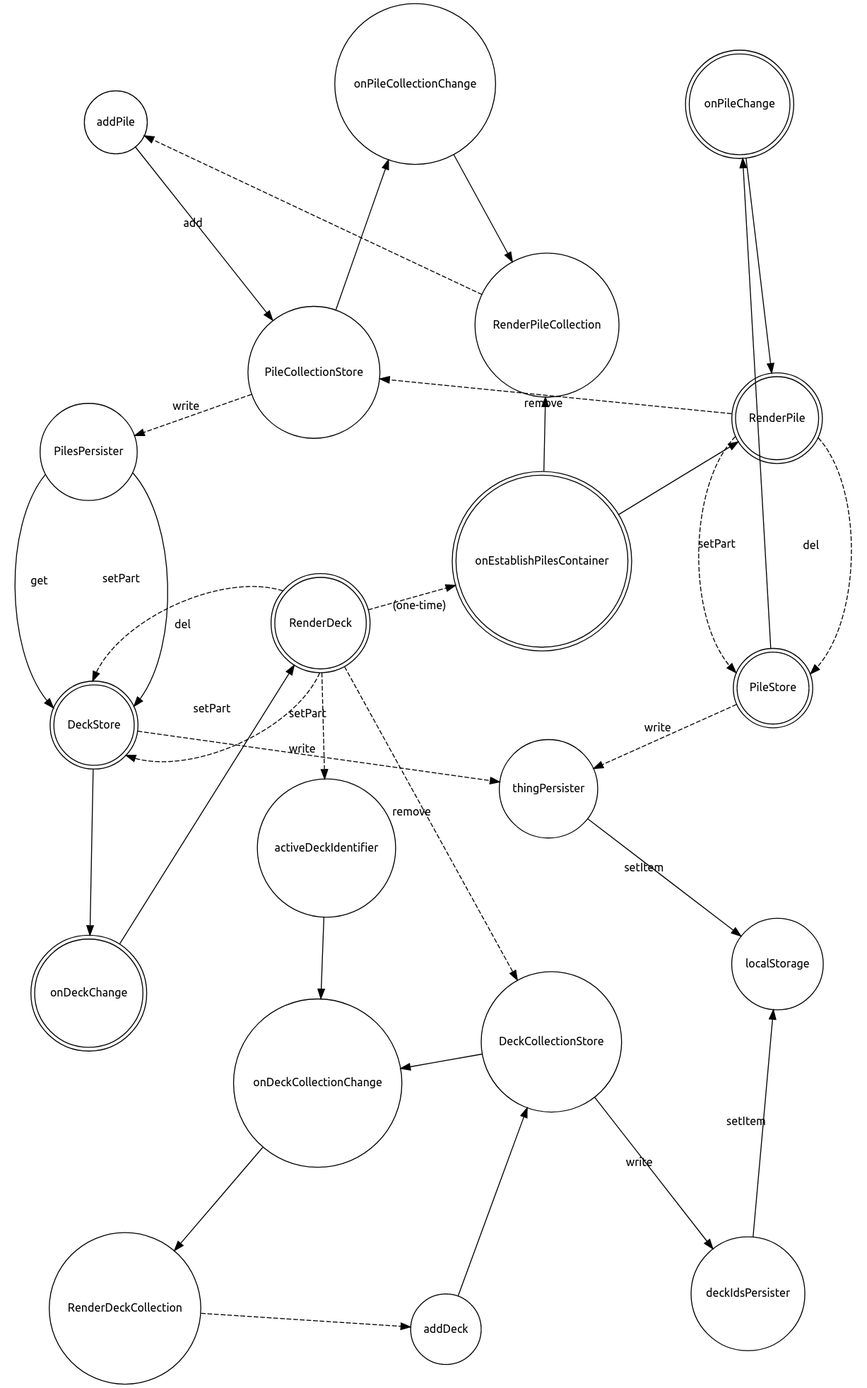
The Graphviz diagram meta/machines.png in jimkang/cardfields, before a commit. Its source is kept beside it as meta/machines.dot.
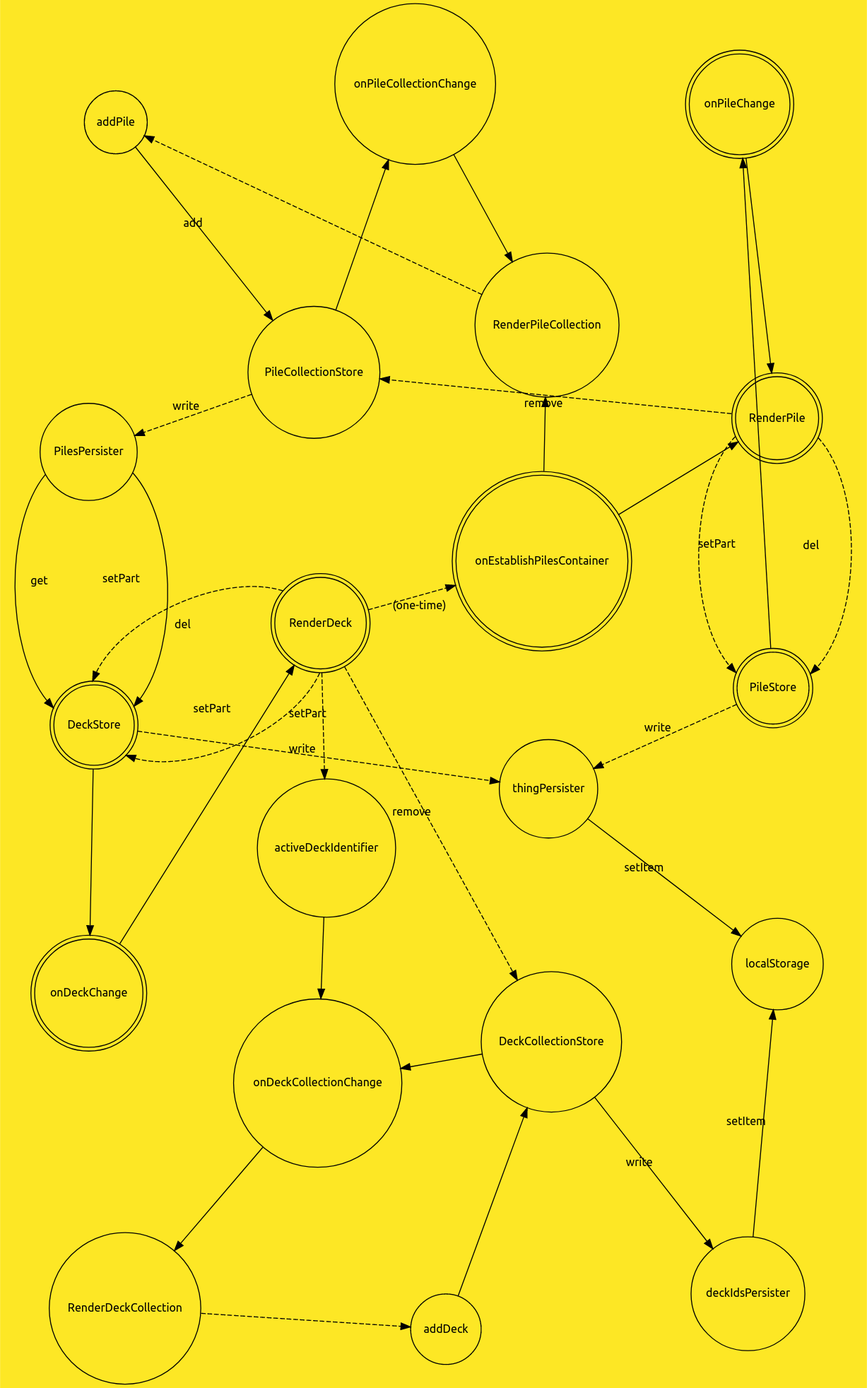
The same diagram one commit later.

Commit message:
Simplify diagram.

The edit, as a diff of the source:
```diff
@@ -8,26 +8,19 @@
   dim=4;
   mode=ipsep;
   sep=0.4
+    bgcolor="#fde725";
 
-  PilesPersister;
   PilesPersister -> DeckStore [label="setPart"];
   PilesPersister -> DeckStore [label="get"];
   deckIdsPersister -> localStorage [label="setItem"];
   thingPersister -> localStorage [label="setItem"];
 
-  subgraph cluster_stores {
-    label="Stores";
-    bgcolor="#fde725";
     DeckCollectionStore;
     DeckStore [shape=doublecircle];
     activeDeckIdentifier;
     PileCollectionStore;
     PileStore [shape=doublecircle];
-  }
 
-  subgraph cluster_responders {
-    label="Responders";
-    bgcolor="#a5db36";
 
     onDeckCollectionChange;
     onDeckChange [shape=doublecircle];
@@ -44,11 +37,7 @@
     PileStore -> onPileChange;
     PileStore -> thingPersister [style=dashed, label="write"];
     PileCollectionStore -> PilesPersister [style=dashed, label="write"]
-  }
 
-  subgraph cluster_renderers {
-    label="Renderers";
-    bgcolor="#54c568";
 
     RenderDeckCollection;
     RenderDeck [shape=doublecircle];
@@ -63,14 +52,7 @@
 
     onPileCollectionChange -> RenderPileCollection;
     onPileChange -> RenderPile;
-  }
 
-  subgraph cluster_updaters {
-    label="Updaters";
-    bgcolor="#22a884";
-
-    addDeck;
-    addPile;
     addDeck -> DeckCollectionStore;
     addPile -> PileCollectionStore [label="add"];
     RenderDeckCollection -> addDeck [style=dashed];
@@ -83,5 +65,3 @@
     RenderPile -> PileStore [style=dashed, label="del"];
     RenderPile -> PileStore [style=dashed, label="setPart"];
   }
-
-}
```
